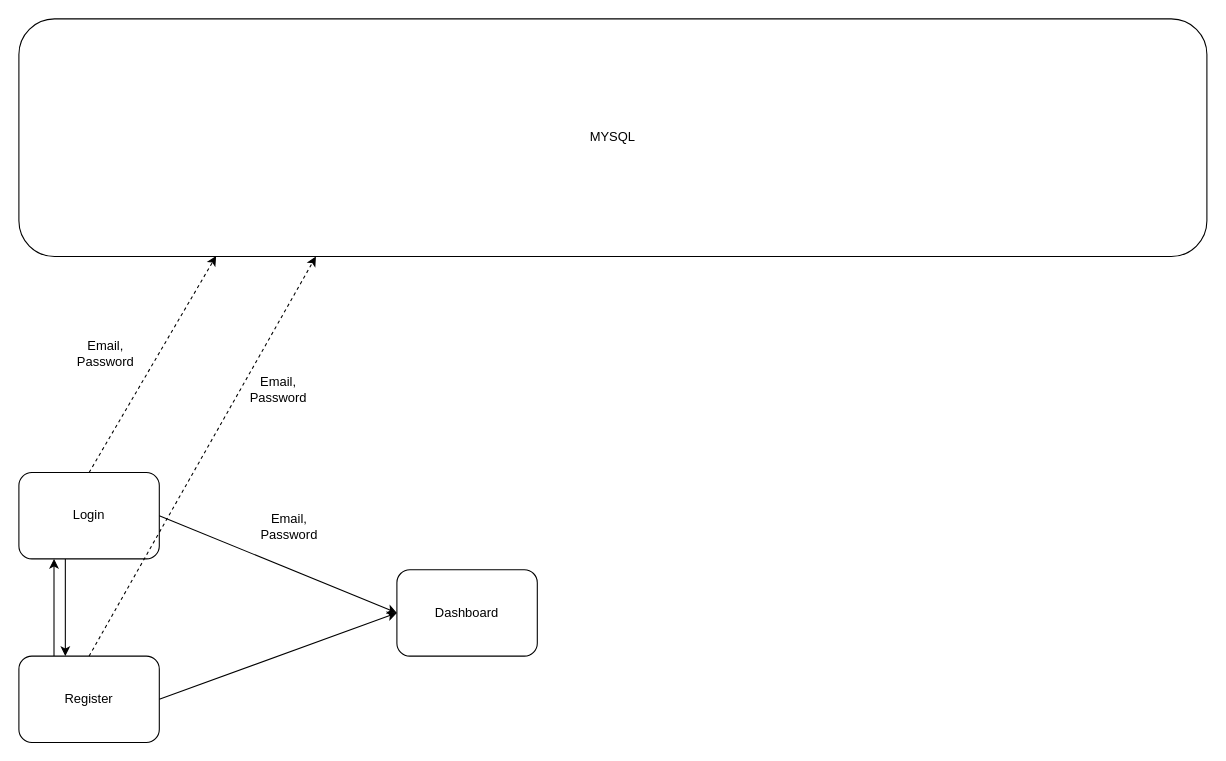
DeMeyerRobin/IndustryProject-BariatricSurgeryG1 keeps this draw.io diagram as frontend/ApplicationDiagram.drawio. Above is the earlier version. Source tidied: cells renumbered, new cells numbered last; positions are measured from the earlier drawing's top-left corner, leaving out a move shared by most shapes. Both pictures are drawn from the tidied source at 108%, with x=0, y=0 at pixel (18, 18).
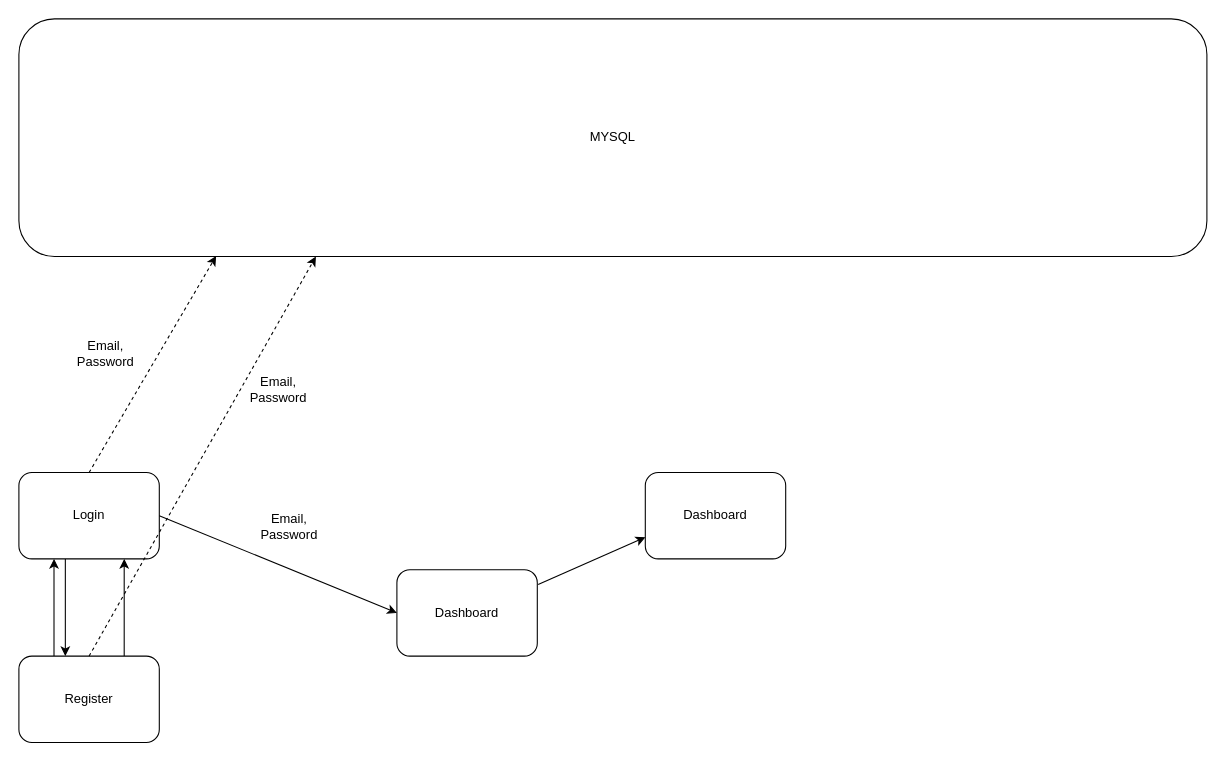
The same page after the edit.

Diff of the diagram source:
```diff
@@
 <mxGraphModel>
   <root>
     <mxCell id="0" />
     <mxCell id="1" parent="0" />
     <mxCell id="2" value="Login" style="rounded=1;whiteSpace=wrap;html=1;" parent="1" vertex="1">
       <mxGeometry y="420" width="130" height="80" as="geometry" />
     </mxCell>
     <mxCell id="3" value="Register" style="rounded=1;whiteSpace=wrap;html=1;" parent="1" vertex="1">
       <mxGeometry y="590" width="130" height="80" as="geometry" />
     </mxCell>
     <mxCell id="4" value="Dashboard" style="rounded=1;whiteSpace=wrap;html=1;" parent="1" vertex="1">
       <mxGeometry x="350" y="510" width="130" height="80" as="geometry" />
     </mxCell>
     <mxCell id="5" style="endArrow=classic;html=1;rounded=0;exitX=1;exitY=0.5;exitDx=0;exitDy=0;entryX=0;entryY=0.5;entryDx=0;entryDy=0;" parent="1" edge="1" source="2" target="4">
       <mxGeometry relative="1" as="geometry" />
     </mxCell>
-    <mxCell id="6" style="endArrow=classic;html=1;rounded=0;exitX=1;exitY=0.5;exitDx=0;exitDy=0;entryX=0;entryY=0.5;entryDx=0;entryDy=0;" parent="1" edge="1" source="3" target="4">
+    <mxCell id="6" style="endArrow=classic;html=1;rounded=0;exitX=0.75;exitY=0;exitDx=0;exitDy=0;entryX=0.75;entryY=1;entryDx=0;entryDy=0;" parent="1" edge="1" source="3" target="2">
       <mxGeometry relative="1" as="geometry" />
     </mxCell>
     <mxCell id="7" value="MYSQL" style="rounded=1;whiteSpace=wrap;html=1;" parent="1" vertex="1">
       <mxGeometry width="1100" height="220" as="geometry" />
     </mxCell>
     <mxCell id="8" style="endArrow=classic;html=1;rounded=0;exitX=0.5;exitY=0;exitDx=0;exitDy=0;entryX=0.25;entryY=1;entryDx=0;entryDy=0;dashed=1;" parent="1" edge="1" source="3" target="7">
       <mxGeometry relative="1" as="geometry" />
     </mxCell>
     <mxCell id="9" value="Email,&lt;div&gt;Password&lt;/div&gt;" style="text;html=1;align=center;verticalAlign=middle;strokeColor=none;fillColor=none;" parent="1" vertex="1">
       <mxGeometry x="200" y="323" width="80" height="40" as="geometry" />
     </mxCell>
     <mxCell id="10" value="Email,&lt;div&gt;Password&lt;/div&gt;" style="text;html=1;align=center;verticalAlign=middle;strokeColor=none;fillColor=none;" parent="1" vertex="1">
       <mxGeometry x="210" y="450" width="80" height="40" as="geometry" />
     </mxCell>
     <mxCell id="11" style="endArrow=classic;html=1;rounded=0;exitX=0.25;exitY=0;exitDx=0;exitDy=0;entryX=0.25;entryY=1;entryDx=0;entryDy=0;" parent="1" edge="1" source="3" target="2">
       <mxGeometry relative="1" as="geometry" />
     </mxCell>
     <mxCell id="12" style="endArrow=none;html=1;rounded=0;exitX=0.25;exitY=0;exitDx=0;exitDy=0;entryX=0.25;entryY=1;entryDx=0;entryDy=0;startArrow=classic;startFill=1;" parent="1" edge="1">
       <mxGeometry relative="1" as="geometry">
         <mxPoint x="43" y="590" as="sourcePoint" />
         <mxPoint x="43" y="500" as="targetPoint" />
       </mxGeometry>
     </mxCell>
     <mxCell id="13" style="endArrow=classic;html=1;rounded=0;exitX=0.5;exitY=0;exitDx=0;exitDy=0;entryX=0.166;entryY=0.998;entryDx=0;entryDy=0;dashed=1;entryPerimeter=0;" parent="1" edge="1" source="2" target="7">
       <mxGeometry relative="1" as="geometry" />
     </mxCell>
     <mxCell id="14" value="Email,&lt;div&gt;Password&lt;/div&gt;" style="text;html=1;align=center;verticalAlign=middle;strokeColor=none;fillColor=none;" parent="1" vertex="1">
       <mxGeometry x="40" y="290" width="80" height="40" as="geometry" />
     </mxCell>
+    <mxCell id="15" value="Dashboard" style="rounded=1;whiteSpace=wrap;html=1;" parent="1" vertex="1">
+      <mxGeometry x="580" y="420" width="130" height="80" as="geometry" />
+    </mxCell>
+    <mxCell id="16" style="endArrow=classic;html=1;rounded=0;exitX=1.006;exitY=0.17;exitDx=0;exitDy=0;entryX=0;entryY=0.75;entryDx=0;entryDy=0;exitPerimeter=0;" parent="1" edge="1" source="4" target="15">
+      <mxGeometry relative="1" as="geometry" />
+    </mxCell>
   </root>
 </mxGraphModel>
```
